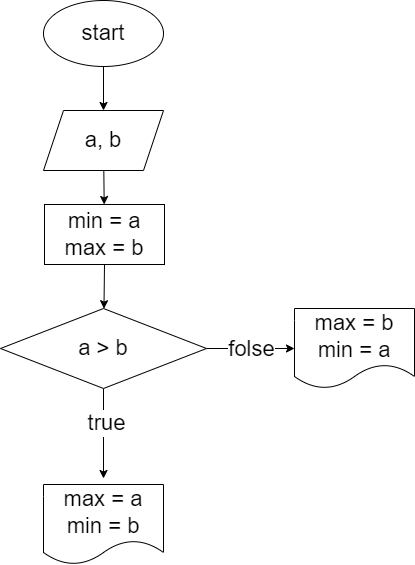
Above: task_1/diagram.drawio.png in Kir017/- (draw.io), before the change. Source tidied: cells renumbered, new cells last; positions are measured from the earlier drawing's top-left corner, leaving out a move shared by most shapes.
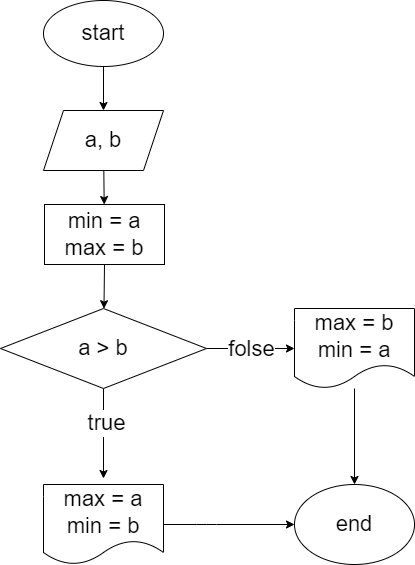
The same file after the commit.

Commit message:
построили блок схему ко второй задаче

What changed in the source:
```diff
@@ -39,11 +39,24 @@
     <mxCell id="12" value="min = a&lt;br&gt;max = b" style="rounded=0;whiteSpace=wrap;html=1;fontSize=22;" parent="1" vertex="1">
       <mxGeometry x="44" y="204" width="120" height="60" as="geometry" />
     </mxCell>
+    <mxCell id="15" style="edgeStyle=none;html=1;entryX=0;entryY=0.5;entryDx=0;entryDy=0;fontSize=22;exitX=1;exitY=0.5;exitDx=0;exitDy=0;" parent="1" edge="1" source="13" target="17">
+      <mxGeometry relative="1" as="geometry">
+        <Array as="points">
+          <mxPoint x="206" y="524" />
+        </Array>
+      </mxGeometry>
+    </mxCell>
     <mxCell id="13" value="max = a&lt;br&gt;min = b" style="shape=document;whiteSpace=wrap;html=1;boundedLbl=1;fontSize=22;" parent="1" vertex="1">
       <mxGeometry x="43" y="484" width="120" height="80" as="geometry" />
     </mxCell>
+    <mxCell id="16" style="edgeStyle=none;html=1;entryX=0.5;entryY=0;entryDx=0;entryDy=0;fontSize=22;" parent="1" edge="1" source="14" target="17">
+      <mxGeometry relative="1" as="geometry" />
+    </mxCell>
     <mxCell id="14" value="max = b&lt;br&gt;min = a" style="shape=document;whiteSpace=wrap;html=1;boundedLbl=1;fontSize=22;" parent="1" vertex="1">
       <mxGeometry x="294" y="308" width="120" height="80" as="geometry" />
     </mxCell>
+    <mxCell id="17" value="end" style="ellipse;whiteSpace=wrap;html=1;fontSize=22;" parent="1" vertex="1">
+      <mxGeometry x="294" y="484" width="120" height="80" as="geometry" />
+    </mxCell>
   </root>
 </mxGraphModel>
```
